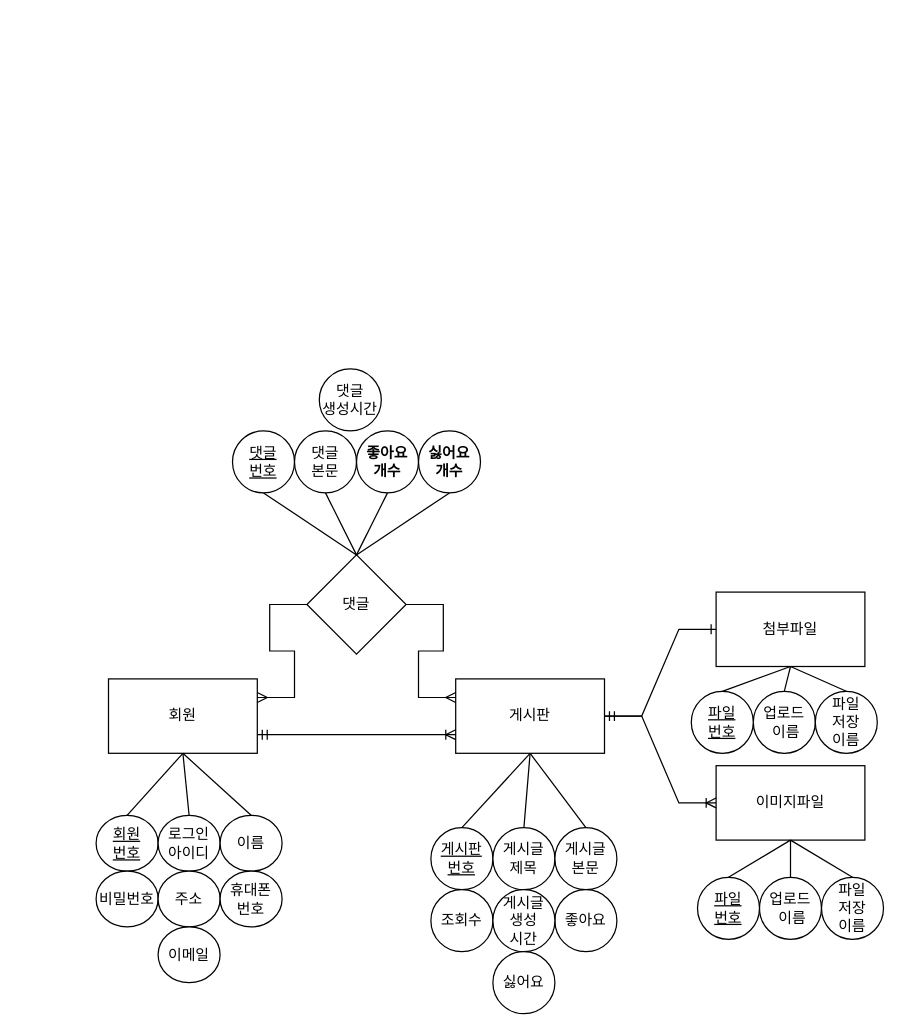
Earlier version of the draw.io diagram erd/erd.drawio (sweetpark/springBoard). Source tidied: cells renumbered, new cells numbered last; positions are measured from the earlier drawing's top-left corner, leaving out a move shared by most shapes. Both pictures are drawn from the tidied source at 124%, with x=0, y=0 at pixel (95, 368).
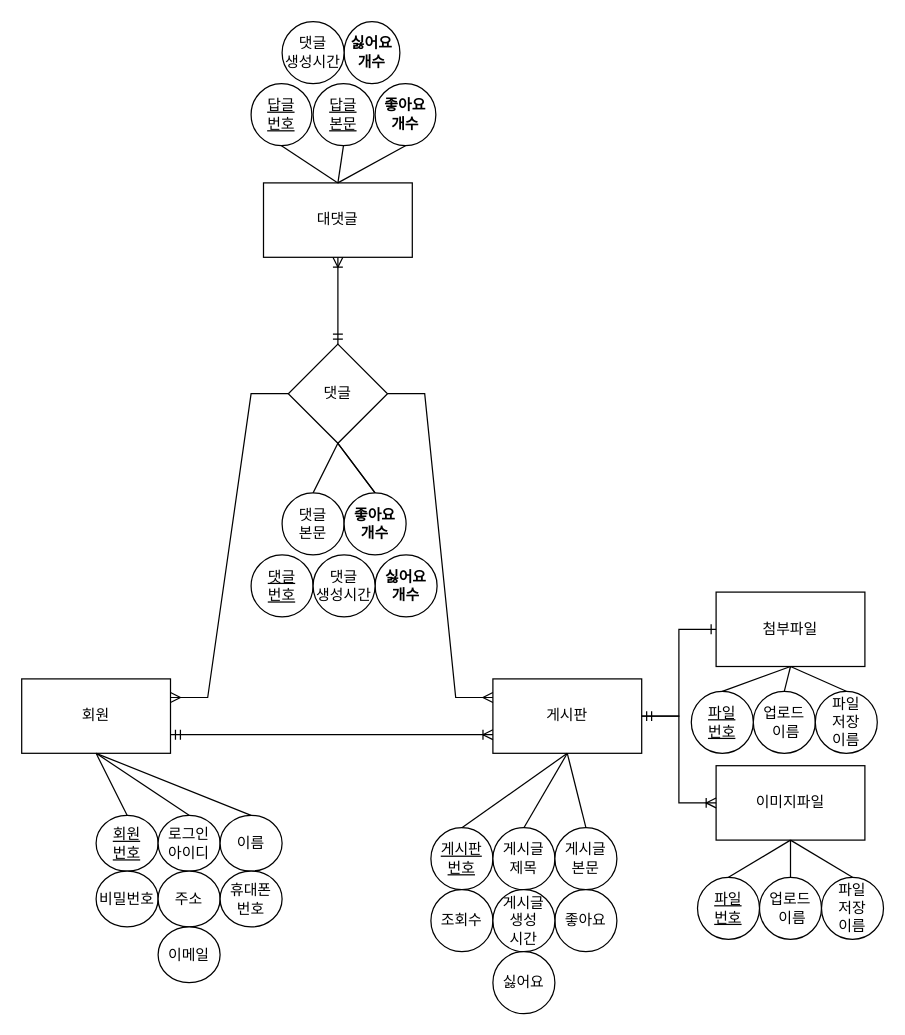
The same diagram, later.

What changed in the source:
```diff
@@
     <mxCell id="2" value="회원" style="rounded=0;whiteSpace=wrap;html=1;" parent="1" vertex="1">
-      <mxGeometry x="10" y="250" width="120" height="60" as="geometry" />
+      <mxGeometry x="-60" y="250" width="120" height="60" as="geometry" />
     </mxCell>
     <mxCell id="3" value="게시판" style="rounded=0;whiteSpace=wrap;html=1;" parent="1" vertex="1">
-      <mxGeometry x="290" y="250" width="120" height="60" as="geometry" />
+      <mxGeometry x="320" y="250" width="120" height="60" as="geometry" />
     </mxCell>
@@
     <mxCell id="40" value="댓글" style="rhombus;whiteSpace=wrap;html=1;" parent="1" vertex="1">
-      <mxGeometry x="170" y="150" width="80" height="80" as="geometry" />
+      <mxGeometry x="155" y="-20" width="80" height="80" as="geometry" />
     </mxCell>
     <mxCell id="41" style="edgeStyle=entityRelationEdgeStyle;fontSize=12;html=1;endArrow=ERmany;rounded=0;entryX=1;entryY=0.25;entryDx=0;entryDy=0;exitX=0;exitY=0.5;exitDx=0;exitDy=0;" parent="1" edge="1" source="40" target="2">
-      <mxGeometry relative="1" as="geometry" />
+      <mxGeometry relative="1" as="geometry">
+        <Array as="points">
+          <mxPoint x="140" y="90" />
+        </Array>
+      </mxGeometry>
     </mxCell>
     <mxCell id="42" style="edgeStyle=entityRelationEdgeStyle;fontSize=12;html=1;endArrow=ERmany;rounded=0;entryX=0;entryY=0.25;entryDx=0;entryDy=0;exitX=1;exitY=0.5;exitDx=0;exitDy=0;" parent="1" edge="1" source="40" target="3">
-      <mxGeometry relative="1" as="geometry" />
+      <mxGeometry relative="1" as="geometry">
+        <Array as="points">
+          <mxPoint x="330" y="200" />
+          <mxPoint x="300" y="100" />
+          <mxPoint x="300" y="150" />
+        </Array>
+      </mxGeometry>
     </mxCell>
     <mxCell id="43" value="&lt;u&gt;댓글&lt;/u&gt;&lt;div&gt;&lt;u&gt;번호&lt;/u&gt;&lt;/div&gt;" style="ellipse;whiteSpace=wrap;html=1;" parent="1" vertex="1">
-      <mxGeometry x="110" y="50" width="50" height="50" as="geometry" />
+      <mxGeometry x="125" y="150" width="50" height="50" as="geometry" />
     </mxCell>
     <mxCell id="44" value="댓글&lt;div&gt;본문&lt;/div&gt;" style="ellipse;whiteSpace=wrap;html=1;" parent="1" vertex="1">
-      <mxGeometry x="160" y="50" width="50" height="50" as="geometry" />
+      <mxGeometry x="150" y="100" width="50" height="50" as="geometry" />
     </mxCell>
-    <mxCell id="45" value="좋아요&lt;div&gt;개수&lt;/div&gt;" style="ellipse;whiteSpace=wrap;html=1;fontStyle=1;" parent="1" vertex="1">
-      <mxGeometry x="210" y="50" width="50" height="50" as="geometry" />
-    </mxCell>
     <mxCell id="46" value="싫어요&lt;div&gt;개수&lt;/div&gt;" style="ellipse;whiteSpace=wrap;html=1;fontStyle=1;" parent="1" vertex="1">
-      <mxGeometry x="260" y="50" width="50" height="50" as="geometry" />
+      <mxGeometry x="225" y="150" width="50" height="50" as="geometry" />
     </mxCell>
-    <mxCell id="47" style="endArrow=none;html=1;rounded=0;entryX=0.5;entryY=1;entryDx=0;entryDy=0;exitX=0.5;exitY=0;exitDx=0;exitDy=0;" parent="1" edge="1" source="40" target="43">
-      <mxGeometry relative="1" as="geometry" />
-    </mxCell>
-    <mxCell id="48" style="endArrow=none;html=1;rounded=0;entryX=0.5;entryY=1;entryDx=0;entryDy=0;exitX=0.5;exitY=0;exitDx=0;exitDy=0;" parent="1" edge="1" source="40" target="44">
+    <mxCell id="48" style="endArrow=none;html=1;rounded=0;entryX=0.5;entryY=0;entryDx=0;entryDy=0;exitX=0.5;exitY=1;exitDx=0;exitDy=0;" parent="1" edge="1" source="40" target="44">
       <mxGeometry relative="1" as="geometry" />
     </mxCell>
-    <mxCell id="49" style="endArrow=none;html=1;rounded=0;entryX=0.5;entryY=1;entryDx=0;entryDy=0;exitX=0.5;exitY=0;exitDx=0;exitDy=0;" parent="1" edge="1" source="40" target="45">
+    <mxCell id="49" style="endArrow=none;html=1;rounded=0;entryX=0.5;entryY=0;entryDx=0;entryDy=0;exitX=0.5;exitY=1;exitDx=0;exitDy=0;" parent="1" edge="1" source="40" target="45">
       <mxGeometry relative="1" as="geometry" />
     </mxCell>
-    <mxCell id="50" style="endArrow=none;html=1;rounded=0;entryX=0.5;entryY=1;entryDx=0;entryDy=0;exitX=0.5;exitY=0;exitDx=0;exitDy=0;" parent="1" edge="1" source="40" target="46">
-      <mxGeometry relative="1" as="geometry" />
-    </mxCell>
@@
     <mxCell id="52" value="댓글&lt;div&gt;생성시간&lt;/div&gt;" style="ellipse;whiteSpace=wrap;html=1;" parent="1" vertex="1">
-      <mxGeometry x="180" width="50" height="50" as="geometry" />
+      <mxGeometry x="175" y="150" width="50" height="50" as="geometry" />
     </mxCell>
+    <mxCell id="53" value="대댓글" style="rounded=0;whiteSpace=wrap;html=1;" parent="1" vertex="1">
+      <mxGeometry x="135" y="-150" width="120" height="60" as="geometry" />
+    </mxCell>
+    <mxCell id="54" value="&lt;u&gt;답글&lt;/u&gt;&lt;div&gt;&lt;u&gt;번호&lt;/u&gt;&lt;/div&gt;" style="ellipse;whiteSpace=wrap;html=1;" parent="1" vertex="1">
+      <mxGeometry x="125" y="-230" width="49" height="50" as="geometry" />
+    </mxCell>
+    <mxCell id="55" value="&lt;u&gt;답글&lt;/u&gt;&lt;div&gt;&lt;u&gt;본문&lt;/u&gt;&lt;/div&gt;" style="ellipse;whiteSpace=wrap;html=1;" parent="1" vertex="1">
+      <mxGeometry x="175" y="-230" width="49" height="50" as="geometry" />
+    </mxCell>
+    <mxCell id="56" value="좋아요&lt;div&gt;개수&lt;/div&gt;" style="ellipse;whiteSpace=wrap;html=1;fontStyle=1;" parent="1" vertex="1">
+      <mxGeometry x="225" y="-230" width="49" height="50" as="geometry" />
+    </mxCell>
+    <mxCell id="57" value="싫어요&lt;div&gt;개수&lt;/div&gt;" style="ellipse;whiteSpace=wrap;html=1;fontStyle=1;" parent="1" vertex="1">
+      <mxGeometry x="200" y="-280" width="45" height="50" as="geometry" />
+    </mxCell>
+    <mxCell id="58" value="댓글&lt;div&gt;생성시간&lt;/div&gt;" style="ellipse;whiteSpace=wrap;html=1;" parent="1" vertex="1">
+      <mxGeometry x="150" y="-280" width="50" height="50" as="geometry" />
+    </mxCell>
+    <mxCell id="59" style="endArrow=none;html=1;rounded=0;entryX=0.5;entryY=0;entryDx=0;entryDy=0;exitX=0.5;exitY=1;exitDx=0;exitDy=0;" parent="1" edge="1" source="40" target="45">
+      <mxGeometry relative="1" as="geometry" />
+    </mxCell>
+    <mxCell id="45" value="좋아요&lt;div&gt;개수&lt;/div&gt;" style="ellipse;whiteSpace=wrap;html=1;fontStyle=1;" parent="1" vertex="1">
+      <mxGeometry x="200" y="100" width="50" height="50" as="geometry" />
+    </mxCell>
+    <mxCell id="60" style="endArrow=none;html=1;rounded=0;entryX=0.5;entryY=1;entryDx=0;entryDy=0;exitX=0.5;exitY=0;exitDx=0;exitDy=0;" parent="1" edge="1" source="53" target="54">
+      <mxGeometry relative="1" as="geometry" />
+    </mxCell>
+    <mxCell id="61" style="endArrow=none;html=1;rounded=0;entryX=0.5;entryY=1;entryDx=0;entryDy=0;exitX=0.5;exitY=0;exitDx=0;exitDy=0;" parent="1" edge="1" source="53" target="55">
+      <mxGeometry relative="1" as="geometry" />
+    </mxCell>
+    <mxCell id="62" style="endArrow=none;html=1;rounded=0;entryX=0.5;entryY=1;entryDx=0;entryDy=0;exitX=0.5;exitY=0;exitDx=0;exitDy=0;" parent="1" edge="1" source="53" target="56">
+      <mxGeometry relative="1" as="geometry" />
+    </mxCell>
+    <mxCell id="63" style="fontSize=12;html=1;endArrow=ERoneToMany;startArrow=ERmandOne;rounded=0;entryX=0.5;entryY=1;entryDx=0;entryDy=0;exitX=0.5;exitY=0;exitDx=0;exitDy=0;" parent="1" edge="1" source="40" target="53">
+      <mxGeometry relative="1" as="geometry" />
+    </mxCell>
```
